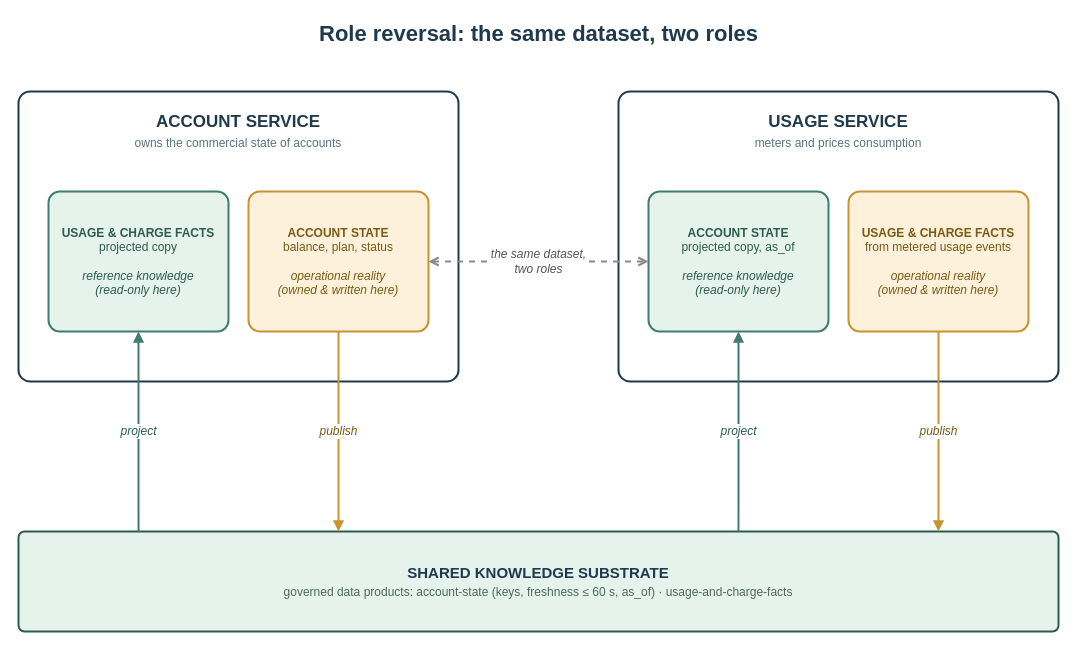
Earlier version of the draw.io diagram content/posts/your-operational-data-is-someone-elses-reference-data/role-reversal.drawio (AlexeyEvlampiev/alexeyevlampiev.github.io). Source tidied: cells renumbered, new cells numbered last; positions are measured from the earlier drawing's top-left corner, leaving out a move shared by most shapes. Both pictures are drawn from the tidied source at 100%, with x=0, y=0 at pixel (18, 17).
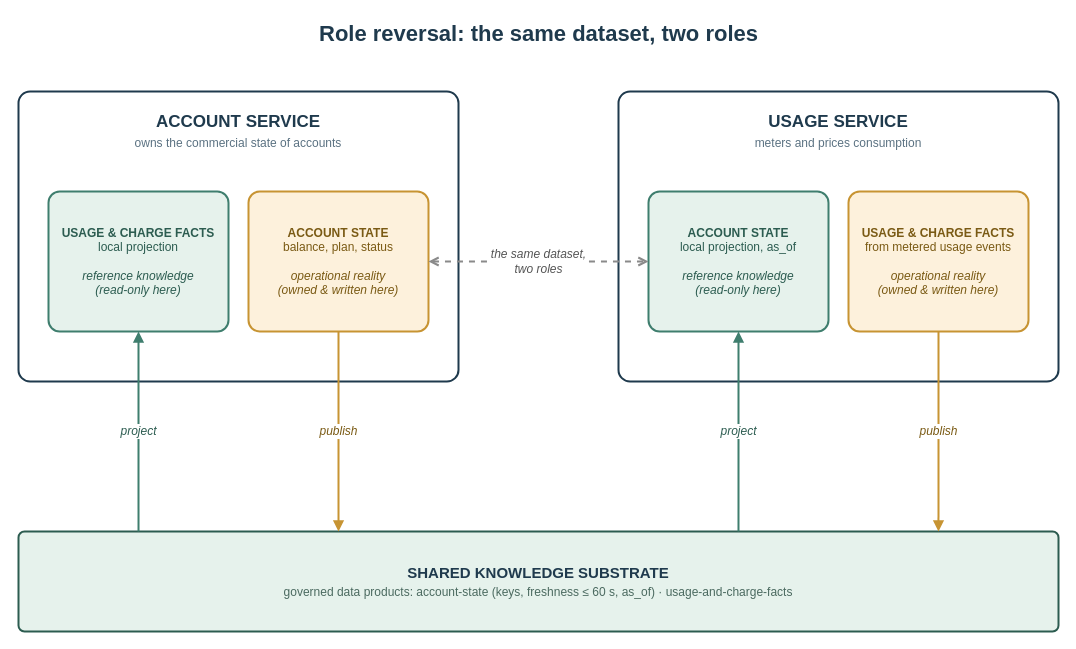
Above is the later version.

Commit message (it also covers changes not shown here):
R2: copy/view consistency, softened originality absolutes, question as final beat, diagram 'local projection' labels

The edit, as a diff of the source:
```diff
@@
 <mxGraphModel>
   <root>
     <mxCell id="0" />
     <mxCell id="1" parent="0" />
     <mxCell id="2" value="Role reversal: the same dataset, two roles" style="text;html=1;fontSize=22;fontStyle=1;fontColor=#1f3a4d;align=center;verticalAlign=middle;" parent="1" vertex="1">
       <mxGeometry x="20" width="1000" height="34" as="geometry" />
     </mxCell>
     <mxCell id="3" value="&lt;b&gt;ACCOUNT SERVICE&lt;/b&gt;&lt;br&gt;&lt;font style=&quot;font-size:12px&quot; color=&quot;#5b7282&quot;&gt;owns the commercial state of accounts&lt;/font&gt;" style="rounded=1;whiteSpace=wrap;html=1;fillColor=#ffffff;strokeColor=#1f3a4d;strokeWidth=2;verticalAlign=top;fontSize=17;fontColor=#1f3a4d;arcSize=4;spacingTop=14;" parent="1" vertex="1">
       <mxGeometry y="74" width="440" height="290" as="geometry" />
     </mxCell>
     <mxCell id="4" value="&lt;b&gt;USAGE SERVICE&lt;/b&gt;&lt;br&gt;&lt;font style=&quot;font-size:12px&quot; color=&quot;#5b7282&quot;&gt;meters and prices consumption&lt;/font&gt;" style="rounded=1;whiteSpace=wrap;html=1;fillColor=#ffffff;strokeColor=#1f3a4d;strokeWidth=2;verticalAlign=top;fontSize=17;fontColor=#1f3a4d;arcSize=4;spacingTop=14;" parent="1" vertex="1">
       <mxGeometry x="600" y="74" width="440" height="290" as="geometry" />
     </mxCell>
-    <mxCell id="5" value="&lt;b&gt;USAGE &amp;amp; CHARGE FACTS&lt;/b&gt;&lt;br&gt;projected copy&lt;br&gt;&lt;br&gt;&lt;i&gt;reference knowledge&lt;br&gt;(read-only here)&lt;/i&gt;" style="rounded=1;whiteSpace=wrap;html=1;fillColor=#e6f2ec;strokeColor=#3f7e6e;strokeWidth=2;fontColor=#2c5c50;fontSize=12;arcSize=8;" parent="1" vertex="1">
+    <mxCell id="5" value="&lt;b&gt;USAGE &amp;amp; CHARGE FACTS&lt;/b&gt;&lt;br&gt;local projection&lt;br&gt;&lt;br&gt;&lt;i&gt;reference knowledge&lt;br&gt;(read-only here)&lt;/i&gt;" style="rounded=1;whiteSpace=wrap;html=1;fillColor=#e6f2ec;strokeColor=#3f7e6e;strokeWidth=2;fontColor=#2c5c50;fontSize=12;arcSize=8;" parent="1" vertex="1">
       <mxGeometry x="30" y="174" width="180" height="140" as="geometry" />
     </mxCell>
     <mxCell id="6" value="&lt;b&gt;ACCOUNT STATE&lt;/b&gt;&lt;br&gt;balance, plan, status&lt;br&gt;&lt;br&gt;&lt;i&gt;operational reality&lt;br&gt;(owned &amp;amp; written here)&lt;/i&gt;" style="rounded=1;whiteSpace=wrap;html=1;fillColor=#fdf1dc;strokeColor=#c79433;strokeWidth=2;fontColor=#7a5a14;fontSize=12;arcSize=8;" parent="1" vertex="1">
       <mxGeometry x="230" y="174" width="180" height="140" as="geometry" />
     </mxCell>
-    <mxCell id="7" value="&lt;b&gt;ACCOUNT STATE&lt;/b&gt;&lt;br&gt;projected copy, as_of&lt;br&gt;&lt;br&gt;&lt;i&gt;reference knowledge&lt;br&gt;(read-only here)&lt;/i&gt;" style="rounded=1;whiteSpace=wrap;html=1;fillColor=#e6f2ec;strokeColor=#3f7e6e;strokeWidth=2;fontColor=#2c5c50;fontSize=12;arcSize=8;" parent="1" vertex="1">
+    <mxCell id="7" value="&lt;b&gt;ACCOUNT STATE&lt;/b&gt;&lt;br&gt;local projection, as_of&lt;br&gt;&lt;br&gt;&lt;i&gt;reference knowledge&lt;br&gt;(read-only here)&lt;/i&gt;" style="rounded=1;whiteSpace=wrap;html=1;fillColor=#e6f2ec;strokeColor=#3f7e6e;strokeWidth=2;fontColor=#2c5c50;fontSize=12;arcSize=8;" parent="1" vertex="1">
       <mxGeometry x="630" y="174" width="180" height="140" as="geometry" />
     </mxCell>
     <mxCell id="8" value="&lt;b&gt;USAGE &amp;amp; CHARGE FACTS&lt;/b&gt;&lt;br&gt;from metered usage events&lt;br&gt;&lt;br&gt;&lt;i&gt;operational reality&lt;br&gt;(owned &amp;amp; written here)&lt;/i&gt;" style="rounded=1;whiteSpace=wrap;html=1;fillColor=#fdf1dc;strokeColor=#c79433;strokeWidth=2;fontColor=#7a5a14;fontSize=12;arcSize=8;" parent="1" vertex="1">
       <mxGeometry x="830" y="174" width="180" height="140" as="geometry" />
     </mxCell>
     <mxCell id="9" value="&lt;b&gt;SHARED KNOWLEDGE SUBSTRATE&lt;/b&gt;&lt;br&gt;&lt;font style=&quot;font-size:12px&quot; color=&quot;#4b6a60&quot;&gt;governed data products: account-state (keys, freshness &amp;#8804; 60 s, as_of) &amp;#183; usage-and-charge-facts&lt;/font&gt;" style="rounded=1;whiteSpace=wrap;html=1;fillColor=#e6f2ec;strokeColor=#2c5c50;strokeWidth=2;fontColor=#1f3a4d;fontSize=15;arcSize=6;" parent="1" vertex="1">
       <mxGeometry y="514" width="1040" height="100" as="geometry" />
     </mxCell>
     <mxCell id="10" value="publish" style="endArrow=block;html=1;strokeColor=#c79433;strokeWidth=2;fontColor=#7a5a14;fontSize=12;fontStyle=2;exitX=0.5;exitY=1;exitDx=0;exitDy=0;entryX=0.3077;entryY=0;entryDx=0;entryDy=0;" parent="1" edge="1" source="6" target="9">
       <mxGeometry relative="1" as="geometry" />
     </mxCell>
     <mxCell id="11" value="project" style="endArrow=block;html=1;strokeColor=#3f7e6e;strokeWidth=2;fontColor=#2c5c50;fontSize=12;fontStyle=2;exitX=0.6923;exitY=0;exitDx=0;exitDy=0;entryX=0.5;entryY=1;entryDx=0;entryDy=0;" parent="1" edge="1" source="9" target="7">
       <mxGeometry relative="1" as="geometry" />
     </mxCell>
     <mxCell id="12" value="publish" style="endArrow=block;html=1;strokeColor=#c79433;strokeWidth=2;fontColor=#7a5a14;fontSize=12;fontStyle=2;exitX=0.5;exitY=1;exitDx=0;exitDy=0;entryX=0.8846;entryY=0;entryDx=0;entryDy=0;" parent="1" edge="1" source="8" target="9">
       <mxGeometry relative="1" as="geometry" />
     </mxCell>
     <mxCell id="13" value="project" style="endArrow=block;html=1;strokeColor=#3f7e6e;strokeWidth=2;fontColor=#2c5c50;fontSize=12;fontStyle=2;exitX=0.1154;exitY=0;exitDx=0;exitDy=0;entryX=0.5;entryY=1;entryDx=0;entryDy=0;" parent="1" edge="1" source="9" target="5">
       <mxGeometry relative="1" as="geometry" />
     </mxCell>
     <mxCell id="14" value="the same dataset,&lt;br&gt;two roles" style="endArrow=open;startArrow=open;dashed=1;html=1;strokeColor=#8a8a8a;strokeWidth=2;fontColor=#555555;fontSize=12;fontStyle=2;exitX=1;exitY=0.5;exitDx=0;exitDy=0;entryX=0;entryY=0.5;entryDx=0;entryDy=0;" parent="1" edge="1" source="6" target="7">
       <mxGeometry relative="1" as="geometry" />
     </mxCell>
   </root>
 </mxGraphModel>
```
